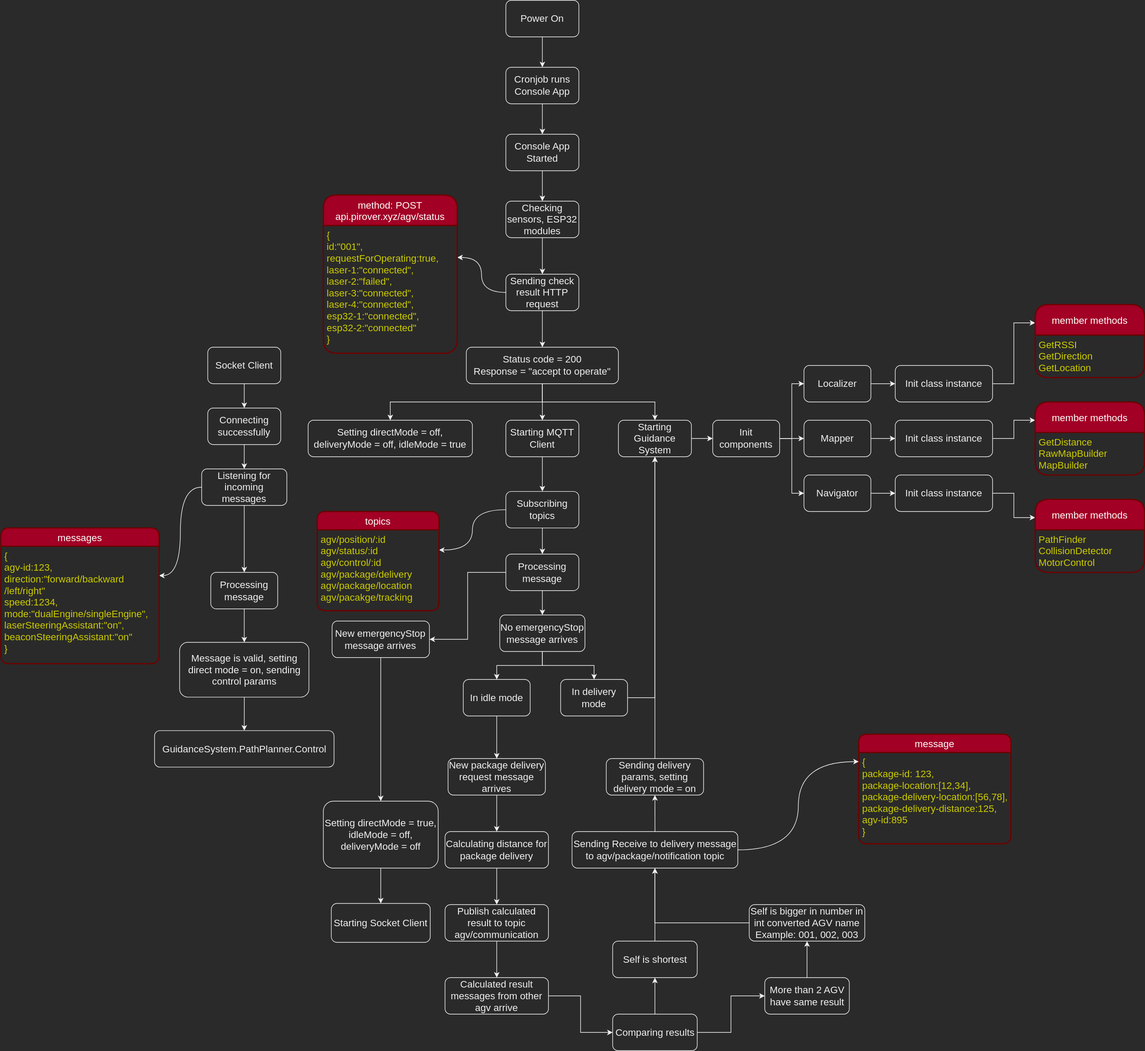
Earlier version of the draw.io export WorkFlows/AGV.svg (kirichain/AGV). Source tidied: cells renumbered, new cells last; positions are measured from the earlier drawing's top-left corner, leaving out a move shared by most shapes.
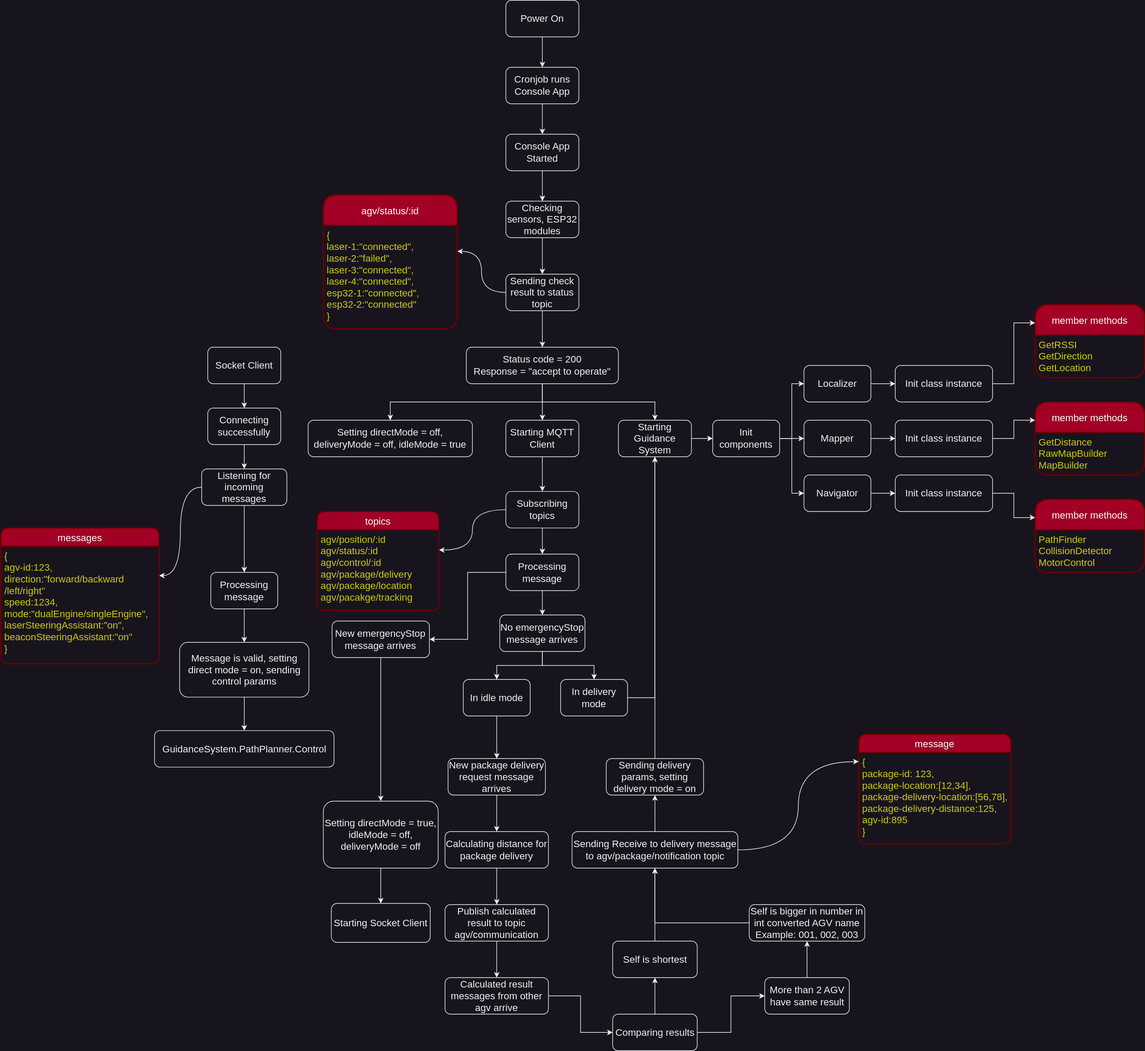
The same diagram one commit later.

What changed in the source:
```diff
@@ -32,14 +32,14 @@
     <mxCell id="11" style="edgeStyle=orthogonalEdgeStyle;rounded=0;jettySize=auto;html=1;entryX=0.5;entryY=0;entryDx=0;entryDy=0;fontSize=16;" parent="1" edge="1" source="12" target="18">
       <mxGeometry relative="1" as="geometry" />
     </mxCell>
-    <mxCell id="12" value="&lt;font size=&quot;3&quot;&gt;Sending check result HTTP request&lt;/font&gt;" style="rounded=1;whiteSpace=wrap;html=1;" parent="1" vertex="1">
+    <mxCell id="12" value="&lt;font size=&quot;3&quot;&gt;Sending check result to status topic&lt;/font&gt;" style="rounded=1;whiteSpace=wrap;html=1;" parent="1" vertex="1">
       <mxGeometry x="830" y="450" width="120" height="60" as="geometry" />
     </mxCell>
-    <mxCell id="13" value="method: POST&#10;api.pirover.xyz/agv/status" style="swimlane;horizontal=1;startSize=50;rounded=1;fontSize=16;fontStyle=0;strokeWidth=2;shadow=0;dashed=0;align=center;fillColor=#a20025;fontColor=#ffffff;strokeColor=#6F0000;" parent="1" vertex="1">
-      <mxGeometry x="530" y="320" width="220" height="260" as="geometry" />
+    <mxCell id="13" value="agv/status/:id" style="swimlane;horizontal=1;startSize=50;rounded=1;fontSize=16;fontStyle=0;strokeWidth=2;shadow=0;dashed=0;align=center;fillColor=#a20025;fontColor=#ffffff;strokeColor=#6F0000;" parent="1" vertex="1">
+      <mxGeometry x="530" y="320" width="220" height="220" as="geometry" />
     </mxCell>
-    <mxCell id="14" value="{&#10;id:&quot;001&quot;,&#10;requestForOperating:true,&#10;laser-1:&quot;connected&quot;,&#10;laser-2:&quot;failed&quot;,&#10;laser-3:&quot;connected&quot;,&#10;laser-4:&quot;connected&quot;,&#10;esp32-1:&quot;connected&quot;,&#10;esp32-2:&quot;connected&quot;&#10;}" style="align=left;strokeColor=none;fillColor=none;spacingLeft=4;fontSize=16;verticalAlign=top;fontColor=#CCCC00;" parent="13" vertex="1">
-      <mxGeometry y="50" width="220" height="210" as="geometry" />
+    <mxCell id="14" value="{&#10;laser-1:&quot;connected&quot;,&#10;laser-2:&quot;failed&quot;,&#10;laser-3:&quot;connected&quot;,&#10;laser-4:&quot;connected&quot;,&#10;esp32-1:&quot;connected&quot;,&#10;esp32-2:&quot;connected&quot;&#10;}" style="align=left;strokeColor=none;fillColor=none;spacingLeft=4;fontSize=16;verticalAlign=top;fontColor=#CCCC00;" parent="13" vertex="1">
+      <mxGeometry y="50" width="220" height="170" as="geometry" />
     </mxCell>
     <mxCell id="15" style="edgeStyle=orthogonalEdgeStyle;rounded=0;jettySize=auto;html=1;fontSize=16;" parent="1" edge="1" source="18" target="20">
       <mxGeometry relative="1" as="geometry" />
```
